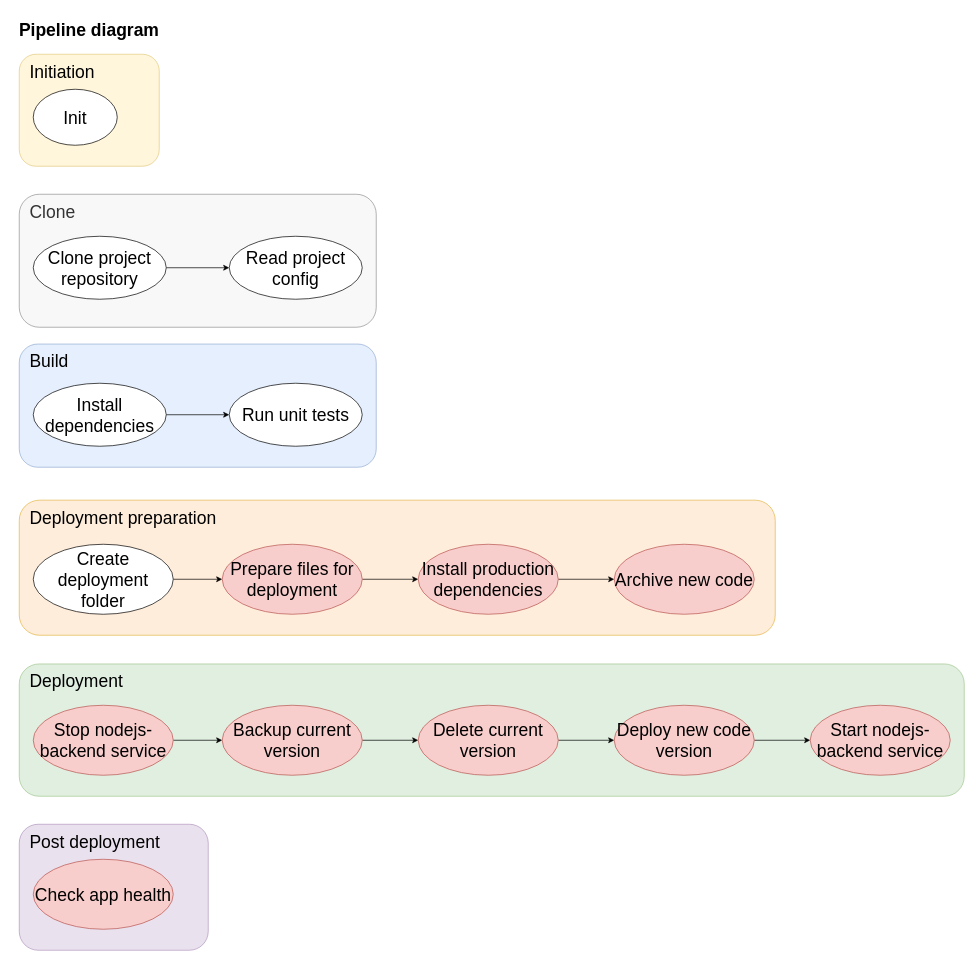
DomnMihai/jenkins-pipeline-tutorial__configuration keeps this draw.io diagram as diagrams/pipeline-diagram.drawio. Above is the earlier version. Source tidied: cells renumbered, new cells numbered last; positions are measured from the earlier drawing's top-left corner, leaving out a move shared by most shapes. Both pictures are drawn from the tidied source at 70%, with x=0, y=0 at pixel (12, 12).
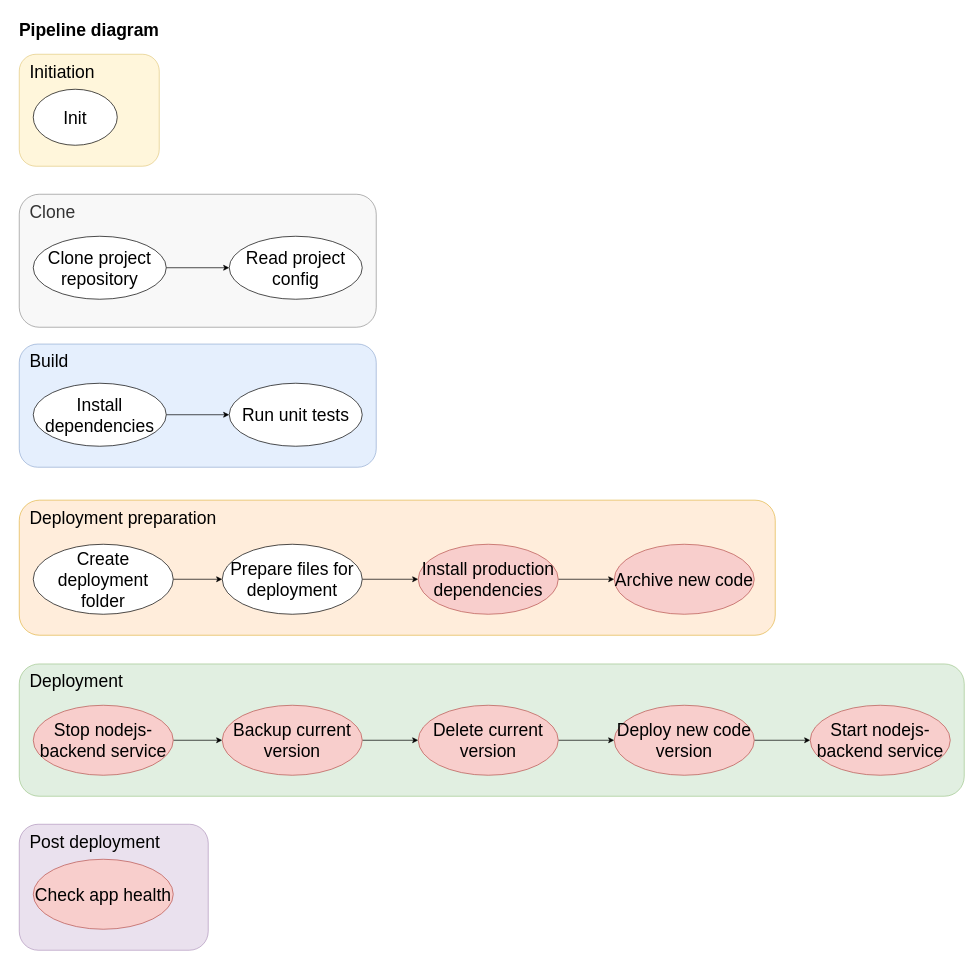
The same diagram, later.

Commit message:
Updated diagram Prepare files for deployment

Change to the diagram source:
```diff
@@
-    <mxCell id="19" value="Prepare files for deployment" style="ellipse;whiteSpace=wrap;html=1;fontSize=25;fillColor=#f8cecc;strokeColor=#b85450;" parent="1" vertex="1">
+    <mxCell id="19" value="Prepare files for deployment" style="ellipse;whiteSpace=wrap;html=1;fontSize=25;" parent="1" vertex="1">
       <mxGeometry x="300" y="760" width="200" height="100" as="geometry" />
     </mxCell>
```
